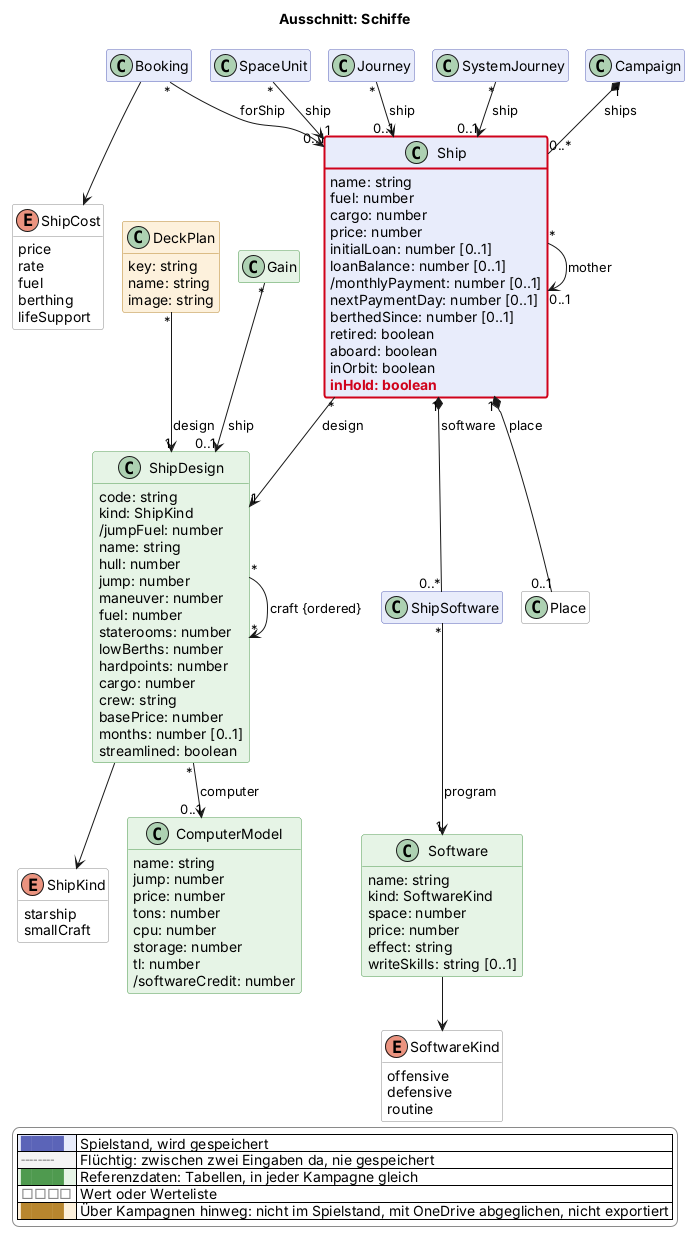
Above: docs/views/schiffe.png in scuzzar/SRE (PlantUML), before the change.
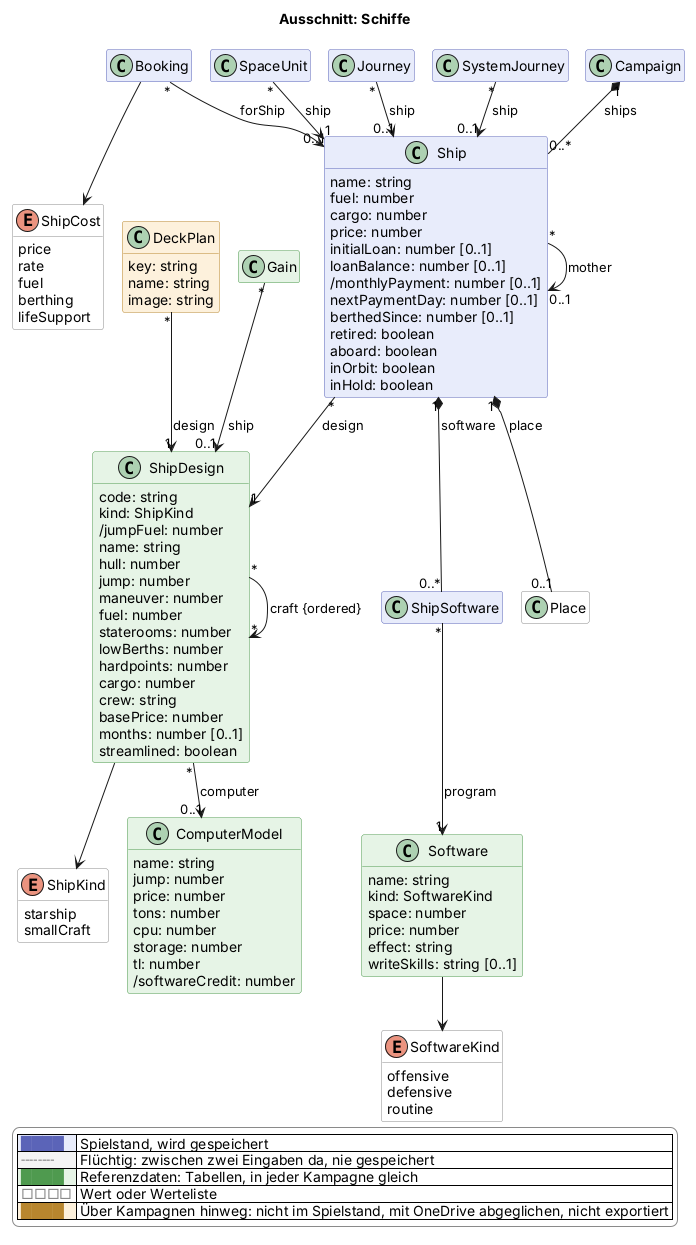
After the change.

Change to the diagram source:
```diff
@@ -85,7 +85,7 @@
     retired: boolean
     aboard: boolean
     inOrbit: boolean
-    $new("2026-11-21c", "inHold: boolean")
+    inHold: boolean
   }
   enum ShipCost <<value>> $schiffe {
     price
@@ -199,5 +199,4 @@
   |<#ffffff> <color:#8a8a8a>□□□□</color> | Wert oder Werteliste |
   |<#fdf1dc> <color:#b8862e>████</color> | Über Kampagnen hinweg: nicht im Spielstand, mit OneDrive abgeglichen, nicht exportiert |
 endlegend
-class Ship #line:d0021b;line.bold
 @enduml
```
